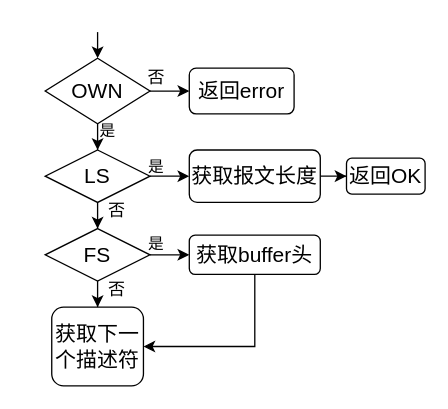
Above: page "Frame" (3 of 4) of DrawIO/BSThesis-1.drawio in dingiso/TEST_For_Everything (draw.io), before the change. Source tidied: cells renumbered, new cells numbered last; positions are measured from the earlier drawing's top-left corner, leaving out a move shared by most shapes. Both pictures are drawn from the tidied source at 131%, with x=0, y=0 at pixel (45, 31).
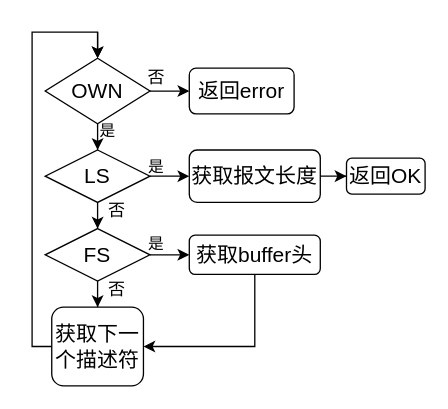
The same page after the edit.

The change refers to these unchanged cells:
```xml
<mxCell id="4" value="OWN" style="rhombus;whiteSpace=wrap;html=1;fontSize=16;" parent="1" vertex="1">
  <mxGeometry y="20" width="80" height="50" as="geometry" />
</mxCell>
<mxCell id="11" value="获取下一个描述符" style="rounded=1;whiteSpace=wrap;html=1;fontSize=16;" parent="1" vertex="1">
  <mxGeometry x="5" y="210" width="70" height="60" as="geometry" />
</mxCell>
```

Diff of the diagram source:
```diff
@@
+    <mxCell id="25" style="edgeStyle=orthogonalEdgeStyle;rounded=0;jettySize=auto;html=1;entryX=0.5;entryY=0;entryDx=0;entryDy=0;" parent="1" edge="1" source="11" target="4">
+      <mxGeometry relative="1" as="geometry">
+        <Array as="points">
+          <mxPoint x="-10" y="240" />
+          <mxPoint x="-10" />
+          <mxPoint x="40" />
+        </Array>
+      </mxGeometry>
+    </mxCell>
```
